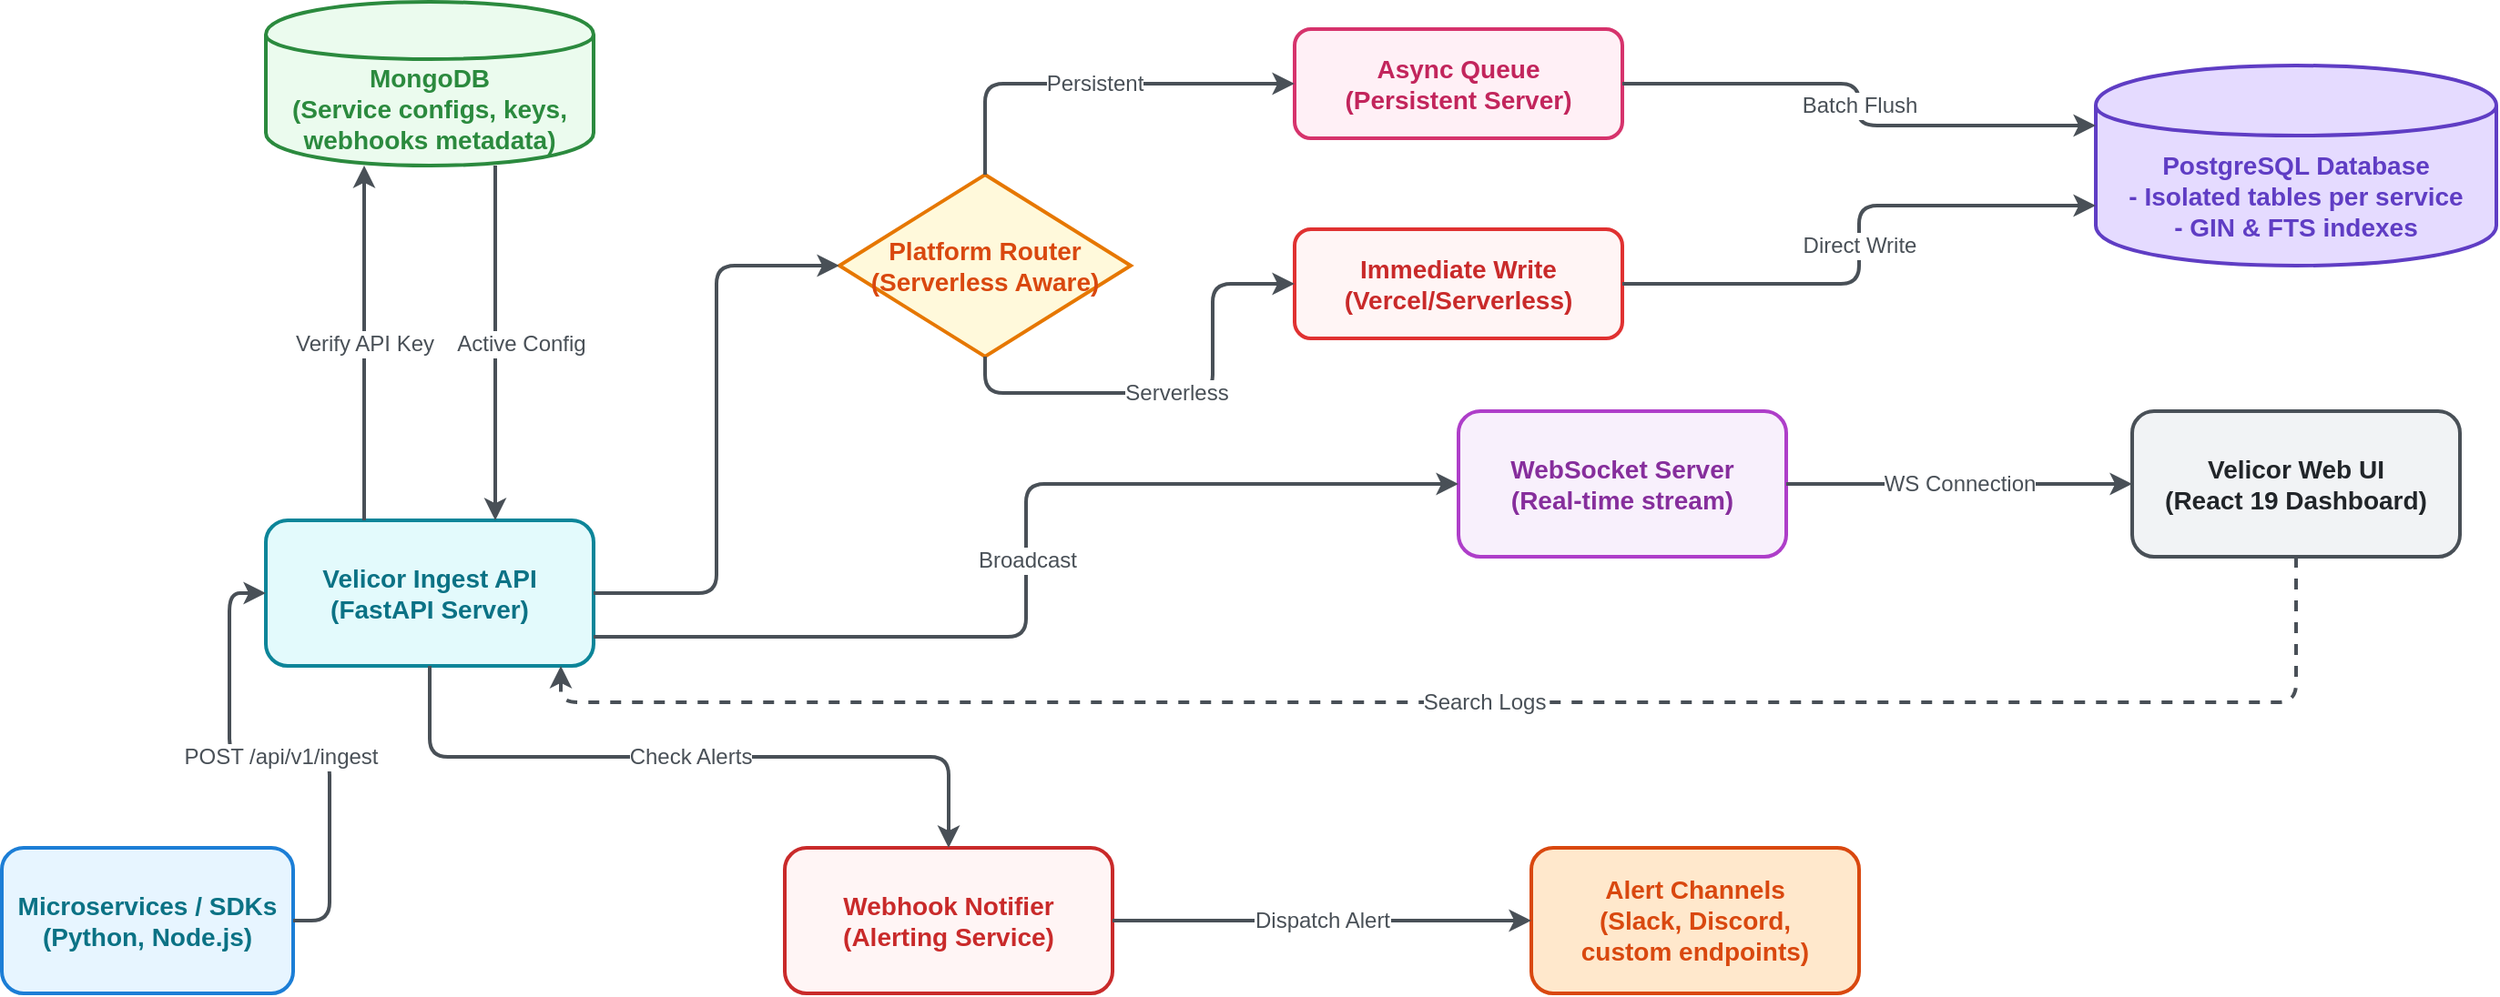
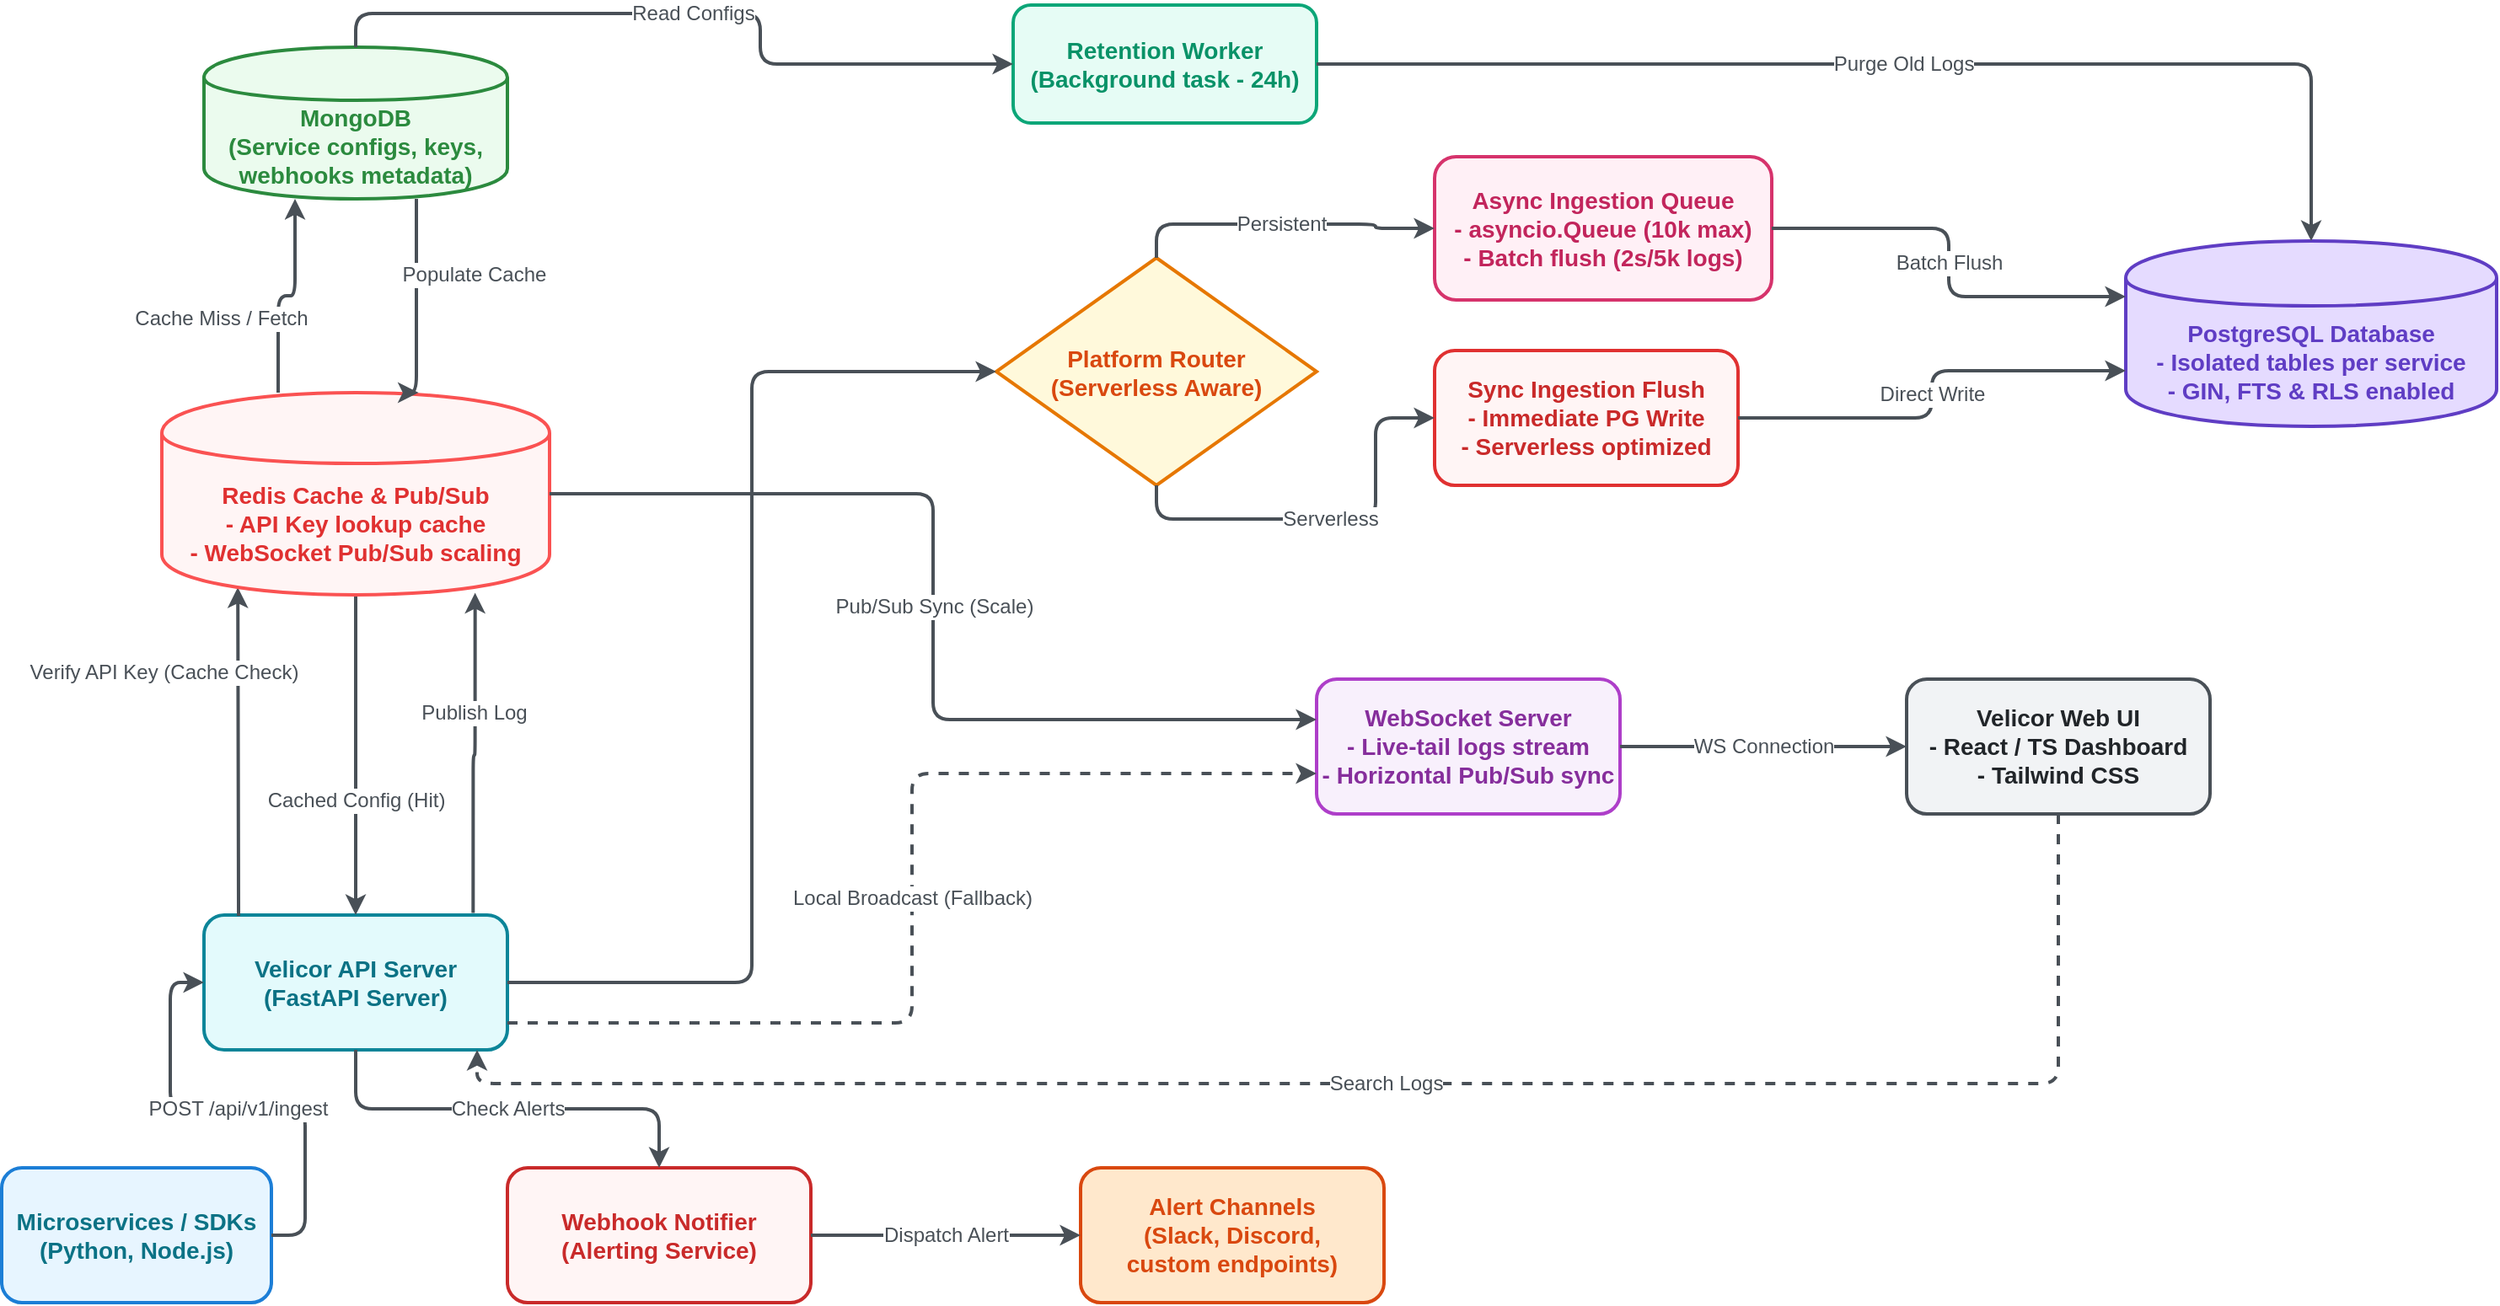
<mxfile host="Electron">
  <diagram name="Velicor Architecture" id="fpXKoFl3D9RPaPYoSICN">
-     <mxGraphModel dx="1425" dy="628" grid="1" gridSize="10" guides="1" tooltips="1" connect="1" arrows="1" fold="1" page="1" pageScale="1" pageWidth="850" pageHeight="1100" math="0" shadow="0">
+     <mxGraphModel dx="1710" dy="788" grid="1" gridSize="10" guides="1" tooltips="1" connect="1" arrows="1" fold="1" page="1" pageScale="1" pageWidth="850" pageHeight="1100" math="0" shadow="0">
      <root>
        <mxCell id="0" />
        <mxCell id="1" parent="0" />
        <mxCell id="nF8YWoamKlxkY7NQbO7J-1" parent="1" style="rounded=1;whiteSpace=wrap;html=1;strokeWidth=2;fontSize=14;fontStyle=1;fillColor=#e7f5ff;strokeColor=#1c7ed6;fontColor=#0b7285;" value="Microservices / SDKs&lt;br/&gt;(Python, Node.js)" vertex="1">
-           <mxGeometry height="80" width="160" x="160" y="725" as="geometry" />
+           <mxGeometry height="80" width="160" x="120" y="860" as="geometry" />
        </mxCell>
-         <mxCell id="nF8YWoamKlxkY7NQbO7J-2" parent="1" style="rounded=1;whiteSpace=wrap;html=1;strokeWidth=2;fontSize=14;fontStyle=1;fillColor=#e3fafc;strokeColor=#0c8599;fontColor=#0b7285;" value="Velicor Ingest API&lt;br/&gt;(FastAPI Server)" vertex="1">
-           <mxGeometry height="80" width="180" x="305" y="545" as="geometry" />
+         <mxCell id="nF8YWoamKlxkY7NQbO7J-2" parent="1" style="rounded=1;whiteSpace=wrap;html=1;strokeWidth=2;fontSize=14;fontStyle=1;fillColor=#e3fafc;strokeColor=#0c8599;fontColor=#0b7285;" value="Velicor API Server&lt;br/&gt;(FastAPI Server)" vertex="1">
+           <mxGeometry height="80" width="180" x="240" y="710" as="geometry" />
        </mxCell>
        <mxCell id="nF8YWoamKlxkY7NQbO7J-3" parent="1" style="shape=cylinder;whiteSpace=wrap;html=1;boundedLbl=1;backgroundOutline=1;strokeWidth=2;fontSize=14;fontStyle=1;fillColor=#ebfbee;strokeColor=#2b8a3e;fontColor=#2b8a3e;" value="MongoDB&lt;br/&gt;(Service configs, keys,&lt;br/&gt;webhooks metadata)" vertex="1">
-           <mxGeometry height="90" width="180" x="305" y="260" as="geometry" />
+           <mxGeometry height="90" width="180" x="240" y="195" as="geometry" />
        </mxCell>
        <mxCell id="nF8YWoamKlxkY7NQbO7J-4" parent="1" style="rhombus;whiteSpace=wrap;html=1;strokeWidth=2;fontSize=14;fontStyle=1;fillColor=#fff9db;strokeColor=#e67700;fontColor=#d9480f;" value="Platform Router&lt;br/&gt;(Serverless Aware)" vertex="1">
-           <mxGeometry height="100" width="160" x="620" y="355" as="geometry" />
+           <mxGeometry height="135" width="190" x="710" y="320" as="geometry" />
        </mxCell>
-         <mxCell id="nF8YWoamKlxkY7NQbO7J-5" parent="1" style="rounded=1;whiteSpace=wrap;html=1;strokeWidth=2;fontSize=14;fontStyle=1;fillColor=#fff0f6;strokeColor=#d6336c;fontColor=#c2255c;" value="Async Queue&lt;br/&gt;(Persistent Server)" vertex="1">
-           <mxGeometry height="60" width="180" x="870" y="275" as="geometry" />
+         <mxCell id="nF8YWoamKlxkY7NQbO7J-5" parent="1" style="rounded=1;whiteSpace=wrap;html=1;strokeWidth=2;fontSize=14;fontStyle=1;fillColor=#fff0f6;strokeColor=#d6336c;fontColor=#c2255c;" value="Async Ingestion Queue&lt;br/&gt;- asyncio.Queue (10k max)&lt;br/&gt;- Batch flush (2s/5k logs)" vertex="1">
+           <mxGeometry height="85" width="200" x="970" y="260" as="geometry" />
        </mxCell>
-         <mxCell id="nF8YWoamKlxkY7NQbO7J-6" parent="1" style="rounded=1;whiteSpace=wrap;html=1;strokeWidth=2;fontSize=14;fontStyle=1;fillColor=#fff5f5;strokeColor=#e03131;fontColor=#c92a2a;" value="Immediate Write&lt;br/&gt;(Vercel/Serverless)" vertex="1">
-           <mxGeometry height="60" width="180" x="870" y="385" as="geometry" />
+         <mxCell id="nF8YWoamKlxkY7NQbO7J-6" parent="1" style="rounded=1;whiteSpace=wrap;html=1;strokeWidth=2;fontSize=14;fontStyle=1;fillColor=#fff5f5;strokeColor=#e03131;fontColor=#c92a2a;" value="Sync Ingestion Flush&lt;br/&gt;- Immediate PG Write&lt;br/&gt;- Serverless optimized" vertex="1">
+           <mxGeometry height="80" width="180" x="970" y="375" as="geometry" />
        </mxCell>
-         <mxCell id="nF8YWoamKlxkY7NQbO7J-7" parent="1" style="shape=cylinder;whiteSpace=wrap;html=1;boundedLbl=1;backgroundOutline=1;strokeWidth=2;fontSize=14;fontStyle=1;fillColor=#e5dbff;strokeColor=#5f3dc4;fontColor=#5f3dc4;" value="PostgreSQL Database&lt;br/&gt;- Isolated tables per service&lt;br/&gt;- GIN &amp;amp; FTS indexes" vertex="1">
-           <mxGeometry height="110" width="220" x="1310" y="295" as="geometry" />
+         <mxCell id="nF8YWoamKlxkY7NQbO7J-7" parent="1" style="shape=cylinder;whiteSpace=wrap;html=1;boundedLbl=1;backgroundOutline=1;strokeWidth=2;fontSize=14;fontStyle=1;fillColor=#e5dbff;strokeColor=#5f3dc4;fontColor=#5f3dc4;" value="PostgreSQL Database&lt;br/&gt;- Isolated tables per service&lt;br/&gt;- GIN, FTS &amp;amp; RLS enabled" vertex="1">
+           <mxGeometry height="110" width="220" x="1380" y="310" as="geometry" />
        </mxCell>
-         <mxCell id="nF8YWoamKlxkY7NQbO7J-8" parent="1" style="rounded=1;whiteSpace=wrap;html=1;strokeWidth=2;fontSize=14;fontStyle=1;fillColor=#f8f0fc;strokeColor=#ae3ec9;fontColor=#862e9c;" value="WebSocket Server&lt;br/&gt;(Real-time stream)" vertex="1">
-           <mxGeometry height="80" width="180" x="960" y="485" as="geometry" />
+         <mxCell id="nF8YWoamKlxkY7NQbO7J-8" parent="1" style="rounded=1;whiteSpace=wrap;html=1;strokeWidth=2;fontSize=14;fontStyle=1;fillColor=#f8f0fc;strokeColor=#ae3ec9;fontColor=#862e9c;" value="WebSocket Server&lt;br/&gt;- Live-tail logs stream&lt;br/&gt;- Horizontal Pub/Sub sync" vertex="1">
+           <mxGeometry height="80" width="180" x="900" y="570" as="geometry" />
        </mxCell>
-         <mxCell id="nF8YWoamKlxkY7NQbO7J-9" parent="1" style="rounded=1;whiteSpace=wrap;html=1;strokeWidth=2;fontSize=14;fontStyle=1;fillColor=#f1f3f5;strokeColor=#495057;fontColor=#212529;" value="Velicor Web UI&lt;br/&gt;(React 19 Dashboard)" vertex="1">
-           <mxGeometry height="80" width="180" x="1330" y="485" as="geometry" />
+         <mxCell id="nF8YWoamKlxkY7NQbO7J-9" parent="1" style="rounded=1;whiteSpace=wrap;html=1;strokeWidth=2;fontSize=14;fontStyle=1;fillColor=#f1f3f5;strokeColor=#495057;fontColor=#212529;" value="Velicor Web UI&lt;br&gt;- React / TS Dashboard&lt;br&gt;- Tailwind CSS" vertex="1">
+           <mxGeometry height="80" width="180" x="1250" y="570" as="geometry" />
        </mxCell>
        <mxCell id="nF8YWoamKlxkY7NQbO7J-10" parent="1" style="rounded=1;whiteSpace=wrap;html=1;strokeWidth=2;fontSize=14;fontStyle=1;fillColor=#fff5f5;strokeColor=#c92a2a;fontColor=#c92a2a;" value="Webhook Notifier&lt;br/&gt;(Alerting Service)" vertex="1">
-           <mxGeometry height="80" width="180" x="590" y="725" as="geometry" />
+           <mxGeometry height="80" width="180" x="420" y="860" as="geometry" />
        </mxCell>
        <mxCell id="nF8YWoamKlxkY7NQbO7J-11" parent="1" style="rounded=1;whiteSpace=wrap;html=1;strokeWidth=2;fontSize=14;fontStyle=1;fillColor=#ffe8cc;strokeColor=#d9480f;fontColor=#d9480f;" value="Alert Channels&lt;br/&gt;(Slack, Discord,&lt;br/&gt;custom endpoints)" vertex="1">
-           <mxGeometry height="80" width="180" x="1000" y="725" as="geometry" />
+           <mxGeometry height="80" width="180" x="760" y="860" as="geometry" />
        </mxCell>
        <mxCell id="nF8YWoamKlxkY7NQbO7J-12" edge="1" parent="1" source="nF8YWoamKlxkY7NQbO7J-1" style="edgeStyle=orthogonalEdgeStyle;rounded=1;orthogonalLoop=1;jettySize=auto;html=1;strokeWidth=2;strokeColor=#495057;fontSize=12;fontColor=#495057;exitX=1;exitY=0.5;entryX=0;entryY=0.5;" target="nF8YWoamKlxkY7NQbO7J-2" value="POST /api/v1/ingest">
          <mxGeometry relative="1" as="geometry" />
        </mxCell>
-         <mxCell id="nF8YWoamKlxkY7NQbO7J-13" edge="1" parent="1" source="nF8YWoamKlxkY7NQbO7J-2" style="edgeStyle=orthogonalEdgeStyle;rounded=1;orthogonalLoop=1;jettySize=auto;html=1;strokeWidth=2;strokeColor=#495057;fontSize=12;fontColor=#495057;exitX=0.3;exitY=0;entryX=0.3;entryY=1;" target="nF8YWoamKlxkY7NQbO7J-3" value="Verify API Key">
-           <mxGeometry relative="1" as="geometry" />
+         <mxCell id="nF8YWoamKlxkY7NQbO7J-13" edge="1" parent="1" source="nF8YWoamKlxkY7NQbO7J-2" style="edgeStyle=orthogonalEdgeStyle;rounded=1;orthogonalLoop=1;jettySize=auto;html=1;strokeWidth=2;strokeColor=#495057;fontSize=12;fontColor=#495057;entryX=0.196;entryY=0.963;exitX=0.114;exitY=0.006;exitDx=0;exitDy=0;exitPerimeter=0;entryDx=0;entryDy=0;entryPerimeter=0;" target="velicor-redis" value="Verify API Key (Cache Check)">
+           <mxGeometry relative="1" x="0.4884" y="44" as="geometry">
+             <mxPoint as="offset" />
+             <Array as="points">
+               <mxPoint x="260" y="705" />
+             </Array>
+             <mxPoint x="260" y="707.5" as="sourcePoint" />
+             <mxPoint x="260" y="520" as="targetPoint" />
+           </mxGeometry>
        </mxCell>
-         <mxCell id="nF8YWoamKlxkY7NQbO7J-14" edge="1" parent="1" source="nF8YWoamKlxkY7NQbO7J-3" style="edgeStyle=orthogonalEdgeStyle;rounded=1;orthogonalLoop=1;jettySize=auto;html=1;strokeWidth=2;strokeColor=#495057;fontSize=12;fontColor=#495057;exitX=0.7;exitY=1;entryX=0.7;entryY=0;" target="nF8YWoamKlxkY7NQbO7J-2" value="Active Config">
-           <mxGeometry relative="1" y="14" as="geometry">
+         <mxCell id="nF8YWoamKlxkY7NQbO7J-14" edge="1" parent="1" source="velicor-redis" style="edgeStyle=orthogonalEdgeStyle;rounded=1;orthogonalLoop=1;jettySize=auto;html=1;strokeWidth=2;strokeColor=#495057;fontSize=12;fontColor=#495057;entryX=0.5;entryY=0;entryDx=0;entryDy=0;" target="nF8YWoamKlxkY7NQbO7J-2" value="Cached Config (Hit)">
+           <mxGeometry relative="1" x="0.2821" as="geometry">
            <mxPoint as="offset" />
+             <Array as="points" />
+             <mxPoint x="330" y="515" as="sourcePoint" />
+             <mxPoint x="330" y="700" as="targetPoint" />
          </mxGeometry>
        </mxCell>
        <mxCell id="nF8YWoamKlxkY7NQbO7J-15" edge="1" parent="1" source="nF8YWoamKlxkY7NQbO7J-2" style="edgeStyle=orthogonalEdgeStyle;rounded=1;orthogonalLoop=1;jettySize=auto;html=1;strokeWidth=2;strokeColor=#495057;fontSize=12;fontColor=#495057;exitX=1;exitY=0.5;entryX=0;entryY=0.5;" target="nF8YWoamKlxkY7NQbO7J-4" value="">
          <mxGeometry relative="1" as="geometry" />
        </mxCell>
        <mxCell id="nF8YWoamKlxkY7NQbO7J-16" edge="1" parent="1" source="nF8YWoamKlxkY7NQbO7J-4" style="edgeStyle=orthogonalEdgeStyle;rounded=1;orthogonalLoop=1;jettySize=auto;html=1;strokeWidth=2;strokeColor=#495057;fontSize=12;fontColor=#495057;exitX=0.5;exitY=0;entryX=0;entryY=0.5;" target="nF8YWoamKlxkY7NQbO7J-5" value="Persistent">
          <mxGeometry relative="1" as="geometry" />
        </mxCell>
        <mxCell id="nF8YWoamKlxkY7NQbO7J-17" edge="1" parent="1" source="nF8YWoamKlxkY7NQbO7J-4" style="edgeStyle=orthogonalEdgeStyle;rounded=1;orthogonalLoop=1;jettySize=auto;html=1;strokeWidth=2;strokeColor=#495057;fontSize=12;fontColor=#495057;exitX=0.5;exitY=1;entryX=0;entryY=0.5;" target="nF8YWoamKlxkY7NQbO7J-6" value="Serverless">
          <mxGeometry relative="1" as="geometry" />
        </mxCell>
        <mxCell id="nF8YWoamKlxkY7NQbO7J-18" edge="1" parent="1" source="nF8YWoamKlxkY7NQbO7J-5" style="edgeStyle=orthogonalEdgeStyle;rounded=1;orthogonalLoop=1;jettySize=auto;html=1;strokeWidth=2;strokeColor=#495057;fontSize=12;fontColor=#495057;exitX=1;exitY=0.5;entryX=0;entryY=0.3;" target="nF8YWoamKlxkY7NQbO7J-7" value="Batch Flush">
          <mxGeometry relative="1" as="geometry" />
        </mxCell>
        <mxCell id="nF8YWoamKlxkY7NQbO7J-19" edge="1" parent="1" source="nF8YWoamKlxkY7NQbO7J-6" style="edgeStyle=orthogonalEdgeStyle;rounded=1;orthogonalLoop=1;jettySize=auto;html=1;strokeWidth=2;strokeColor=#495057;fontSize=12;fontColor=#495057;exitX=1;exitY=0.5;entryX=0;entryY=0.7;" target="nF8YWoamKlxkY7NQbO7J-7" value="Direct Write">
          <mxGeometry relative="1" as="geometry" />
        </mxCell>
-         <mxCell id="nF8YWoamKlxkY7NQbO7J-20" edge="1" parent="1" source="nF8YWoamKlxkY7NQbO7J-2" style="edgeStyle=orthogonalEdgeStyle;rounded=1;orthogonalLoop=1;jettySize=auto;html=1;strokeWidth=2;strokeColor=#495057;fontSize=12;fontColor=#495057;exitX=1;exitY=0.8;entryX=0;entryY=0.5;" target="nF8YWoamKlxkY7NQbO7J-8" value="Broadcast">
+         <mxCell id="nF8YWoamKlxkY7NQbO7J-20" edge="1" parent="1" source="nF8YWoamKlxkY7NQbO7J-2" style="edgeStyle=orthogonalEdgeStyle;rounded=1;orthogonalLoop=1;jettySize=auto;html=1;strokeWidth=2;strokeColor=#495057;fontSize=12;fontColor=#495057;dashed=1;exitX=1;exitY=0.8;entryX=0;entryY=0.7;" target="nF8YWoamKlxkY7NQbO7J-8" value="Local Broadcast (Fallback)">
          <mxGeometry relative="1" as="geometry" />
        </mxCell>
        <mxCell id="nF8YWoamKlxkY7NQbO7J-21" edge="1" parent="1" source="nF8YWoamKlxkY7NQbO7J-8" style="edgeStyle=orthogonalEdgeStyle;rounded=1;orthogonalLoop=1;jettySize=auto;html=1;strokeWidth=2;strokeColor=#495057;fontSize=12;fontColor=#495057;exitX=1;exitY=0.5;entryX=0;entryY=0.5;" target="nF8YWoamKlxkY7NQbO7J-9" value="WS Connection">
          <mxGeometry relative="1" as="geometry" />
        </mxCell>
        <mxCell id="nF8YWoamKlxkY7NQbO7J-22" edge="1" parent="1" source="nF8YWoamKlxkY7NQbO7J-9" style="edgeStyle=orthogonalEdgeStyle;rounded=1;orthogonalLoop=1;jettySize=auto;html=1;strokeWidth=2;strokeColor=#495057;fontSize=12;fontColor=#495057;dashed=1;entryX=0.9;entryY=1;exitX=0.5;exitY=1;exitDx=0;exitDy=0;" target="nF8YWoamKlxkY7NQbO7J-2" value="Search Logs">
          <mxGeometry relative="1" as="geometry">
-             <mxPoint x="1410" y="645" as="sourcePoint" />
+             <mxPoint x="1510" y="635" as="sourcePoint" />
          </mxGeometry>
        </mxCell>
        <mxCell id="nF8YWoamKlxkY7NQbO7J-23" edge="1" parent="1" source="nF8YWoamKlxkY7NQbO7J-2" style="edgeStyle=orthogonalEdgeStyle;rounded=1;orthogonalLoop=1;jettySize=auto;html=1;strokeWidth=2;strokeColor=#495057;fontSize=12;fontColor=#495057;exitX=0.5;exitY=1;entryX=0.5;entryY=0;" target="nF8YWoamKlxkY7NQbO7J-10" value="Check Alerts">
          <mxGeometry relative="1" as="geometry" />
        </mxCell>
        <mxCell id="nF8YWoamKlxkY7NQbO7J-24" edge="1" parent="1" source="nF8YWoamKlxkY7NQbO7J-10" style="edgeStyle=orthogonalEdgeStyle;rounded=1;orthogonalLoop=1;jettySize=auto;html=1;strokeWidth=2;strokeColor=#495057;fontSize=12;fontColor=#495057;exitX=1;exitY=0.5;entryX=0;entryY=0.5;" target="nF8YWoamKlxkY7NQbO7J-11" value="Dispatch Alert">
          <mxGeometry relative="1" as="geometry" />
        </mxCell>
+         <mxCell id="velicor-redis" parent="1" style="shape=cylinder;whiteSpace=wrap;html=1;boundedLbl=1;backgroundOutline=1;strokeWidth=2;fontSize=14;fontStyle=1;fillColor=#fff5f5;strokeColor=#fa5252;fontColor=#e03131;" value="Redis Cache &amp;amp; Pub/Sub&lt;br/&gt;- API Key lookup cache&lt;br/&gt;- WebSocket Pub/Sub scaling" vertex="1">
+           <mxGeometry height="120" width="230" x="215" y="400" as="geometry" />
+         </mxCell>
+         <mxCell id="velicor-retention" parent="1" style="rounded=1;whiteSpace=wrap;html=1;strokeWidth=2;fontSize=14;fontStyle=1;fillColor=#e6fcf5;strokeColor=#0ca678;fontColor=#099268;" value="Retention Worker&lt;br/&gt;(Background task - 24h)" vertex="1">
+           <mxGeometry height="70" width="180" x="720" y="170" as="geometry" />
+         </mxCell>
+         <mxCell id="velicor-edge-redis-mongo-1" edge="1" parent="1" source="velicor-redis" style="edgeStyle=orthogonalEdgeStyle;rounded=1;orthogonalLoop=1;jettySize=auto;html=1;strokeWidth=2;strokeColor=#495057;fontSize=12;fontColor=#495057;exitX=0.3;exitY=0;entryX=0.3;entryY=1;" target="nF8YWoamKlxkY7NQbO7J-3" value="Cache Miss / Fetch">
+           <mxGeometry relative="1" x="-0.2903" y="34" as="geometry">
+             <mxPoint as="offset" />
+           </mxGeometry>
+         </mxCell>
+         <mxCell id="velicor-edge-redis-mongo-2" edge="1" parent="1" source="nF8YWoamKlxkY7NQbO7J-3" style="edgeStyle=orthogonalEdgeStyle;rounded=1;orthogonalLoop=1;jettySize=auto;html=1;strokeWidth=2;strokeColor=#495057;fontSize=12;fontColor=#495057;exitX=0.7;exitY=1;entryX=0.662;entryY=0.003;entryDx=0;entryDy=0;entryPerimeter=0;" target="velicor-redis" value="Populate Cache">
+           <mxGeometry relative="1" x="-0.2258" y="34" as="geometry">
+             <mxPoint as="offset" />
+             <Array as="points">
+               <mxPoint x="366" y="400" />
+               <mxPoint x="367" y="400" />
+             </Array>
+             <mxPoint x="366" y="410" as="targetPoint" />
+           </mxGeometry>
+         </mxCell>
+         <mxCell id="velicor-edge-ingest-redis-pubsub" edge="1" parent="1" source="nF8YWoamKlxkY7NQbO7J-2" style="edgeStyle=orthogonalEdgeStyle;rounded=1;orthogonalLoop=1;jettySize=auto;html=1;strokeWidth=2;strokeColor=#495057;fontSize=12;fontColor=#495057;exitX=0.887;exitY=-0.015;entryX=0.808;entryY=0.99;exitDx=0;exitDy=0;exitPerimeter=0;entryDx=0;entryDy=0;entryPerimeter=0;" target="velicor-redis" value="Publish Log">
+           <mxGeometry relative="1" x="0.255" y="1" as="geometry">
+             <mxPoint as="offset" />
+             <mxPoint x="400" y="705" as="sourcePoint" />
+             <mxPoint x="400" y="540" as="targetPoint" />
+           </mxGeometry>
+         </mxCell>
+         <mxCell id="velicor-edge-redis-ws-pubsub" edge="1" parent="1" source="velicor-redis" style="edgeStyle=orthogonalEdgeStyle;rounded=1;orthogonalLoop=1;jettySize=auto;html=1;strokeWidth=2;strokeColor=#495057;fontSize=12;fontColor=#495057;exitX=1;exitY=0.5;entryX=0;entryY=0.3;" target="nF8YWoamKlxkY7NQbO7J-8" value="Pub/Sub Sync (Scale)">
+           <mxGeometry relative="1" as="geometry" />
+         </mxCell>
+         <mxCell id="velicor-edge-retention-mongo" edge="1" parent="1" source="nF8YWoamKlxkY7NQbO7J-3" style="edgeStyle=orthogonalEdgeStyle;rounded=1;orthogonalLoop=1;jettySize=auto;html=1;strokeWidth=2;strokeColor=#495057;fontSize=12;fontColor=#495057;exitX=0.5;exitY=0;entryX=0;entryY=0.5;" target="velicor-retention" value="Read Configs">
+           <mxGeometry relative="1" as="geometry" />
+         </mxCell>
+         <mxCell id="velicor-edge-retention-postgres" edge="1" parent="1" source="velicor-retention" style="edgeStyle=orthogonalEdgeStyle;rounded=1;orthogonalLoop=1;jettySize=auto;html=1;strokeWidth=2;strokeColor=#495057;fontSize=12;fontColor=#495057;exitX=1;exitY=0.5;entryX=0.5;entryY=0;" target="nF8YWoamKlxkY7NQbO7J-7" value="Purge Old Logs">
+           <mxGeometry relative="1" as="geometry" />
+         </mxCell>
      </root>
    </mxGraphModel>
  </diagram>
</mxfile>
